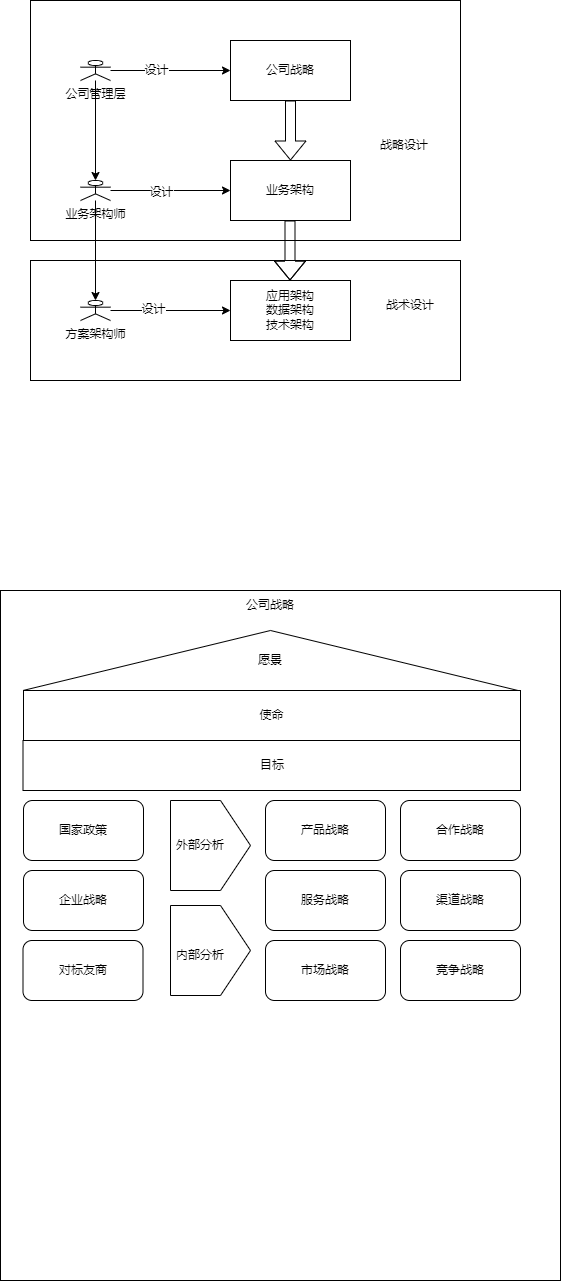
Before: doc/business_architect.png, a diagram exported from draw.io (suibianlx/business_architect). Source tidied: cells renumbered, new cells last; positions are measured from the earlier drawing's top-left corner, leaving out a move shared by most shapes.
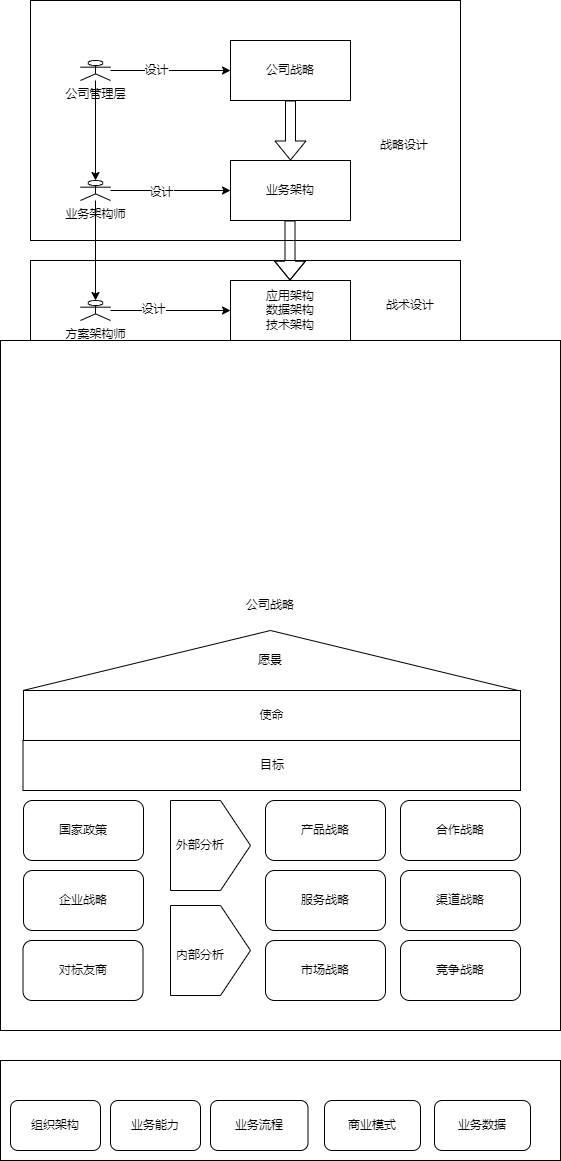
After the change.

Diff of the diagram source:
```diff
@@ -69,7 +69,7 @@
       <mxGeometry x="380" y="290" width="60" height="30" as="geometry" />
     </mxCell>
     <mxCell id="22" style="rounded=0;whiteSpace=wrap;html=1;" parent="1" vertex="1">
-      <mxGeometry y="590" width="560" height="690" as="geometry" />
+      <mxGeometry y="340" width="560" height="690" as="geometry" />
     </mxCell>
     <mxCell id="23" style="triangle;whiteSpace=wrap;html=1;direction=south;rotation=-180;" parent="1" vertex="1">
       <mxGeometry x="22.5" y="630" width="495" height="60" as="geometry" />
@@ -125,5 +125,23 @@
     <mxCell id="40" value="竞争战略" style="rounded=1;whiteSpace=wrap;html=1;" parent="1" vertex="1">
       <mxGeometry x="400" y="940" width="120" height="60" as="geometry" />
     </mxCell>
+    <mxCell id="41" style="rounded=0;whiteSpace=wrap;html=1;" parent="1" vertex="1">
+      <mxGeometry y="1060" width="560" height="100" as="geometry" />
+    </mxCell>
+    <mxCell id="42" value="组织架构" style="rounded=1;whiteSpace=wrap;html=1;" parent="1" vertex="1">
+      <mxGeometry x="10" y="1100" width="90" height="50" as="geometry" />
+    </mxCell>
+    <mxCell id="43" value="业务能力" style="rounded=1;whiteSpace=wrap;html=1;" parent="1" vertex="1">
+      <mxGeometry x="110" y="1100" width="90" height="50" as="geometry" />
+    </mxCell>
+    <mxCell id="44" value="业务流程" style="rounded=1;whiteSpace=wrap;html=1;" parent="1" vertex="1">
+      <mxGeometry x="210" y="1100" width="97.5" height="50" as="geometry" />
+    </mxCell>
+    <mxCell id="45" value="商业模式" style="rounded=1;whiteSpace=wrap;html=1;" parent="1" vertex="1">
+      <mxGeometry x="324" y="1100" width="96" height="50" as="geometry" />
+    </mxCell>
+    <mxCell id="46" value="业务数据" style="rounded=1;whiteSpace=wrap;html=1;" parent="1" vertex="1">
+      <mxGeometry x="434" y="1100" width="96" height="50" as="geometry" />
+    </mxCell>
   </root>
 </mxGraphModel>
```
